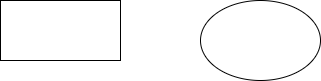
Before: test.drawio.png, a diagram exported from draw.io (BorenZhang/Pictures). Source tidied: cells renumbered, new cells last; positions are measured from the earlier drawing's top-left corner, leaving out a move shared by most shapes. The source it was exported from:
```xml
<mxGraphModel>
  <root>
    <mxCell id="0" />
    <mxCell id="1" parent="0" />
    <mxCell id="2" style="rounded=0;whiteSpace=wrap;html=1;" parent="1" vertex="1">
      <mxGeometry width="120" height="60" as="geometry" />
    </mxCell>
    <mxCell id="3" style="ellipse;whiteSpace=wrap;html=1;" parent="1" vertex="1">
      <mxGeometry x="200" width="120" height="80" as="geometry" />
    </mxCell>
  </root>
</mxGraphModel>
```
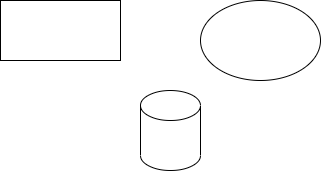
After the change.

What changed in the source:
```diff
@@ -8,5 +8,8 @@
     <mxCell id="3" style="ellipse;whiteSpace=wrap;html=1;" parent="1" vertex="1">
       <mxGeometry x="200" width="120" height="80" as="geometry" />
     </mxCell>
+    <mxCell id="4" style="shape=cylinder3;whiteSpace=wrap;html=1;boundedLbl=1;backgroundOutline=1;size=15;" parent="1" vertex="1">
+      <mxGeometry x="140" y="90" width="60" height="80" as="geometry" />
+    </mxCell>
   </root>
 </mxGraphModel>
```
